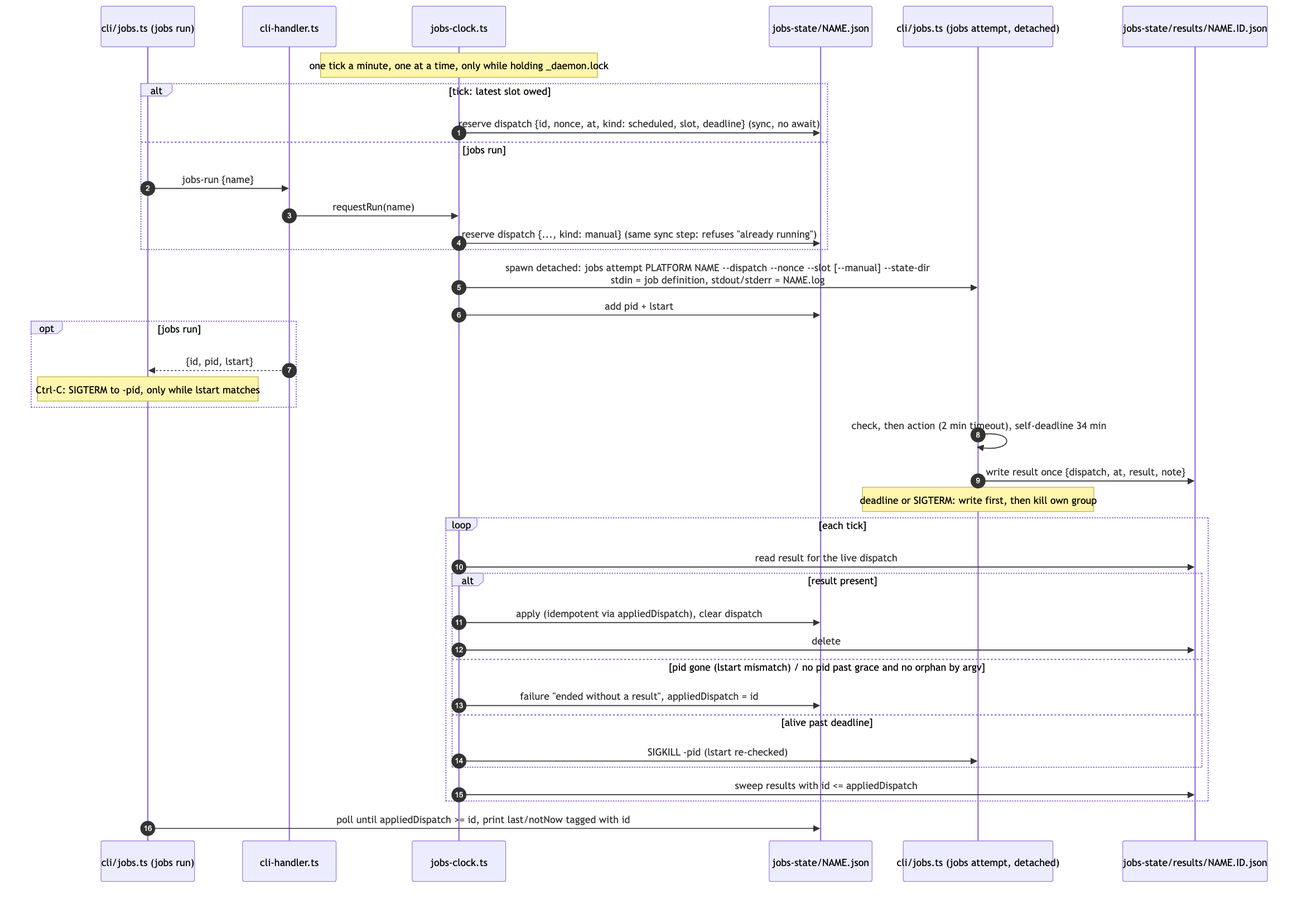
This is diagrams/flow-jobs-dispatch.png from sf8193/hydra, a Mermaid export, as it was before one commit. Its source is kept beside it as diagrams/flow-jobs-dispatch.mmd.
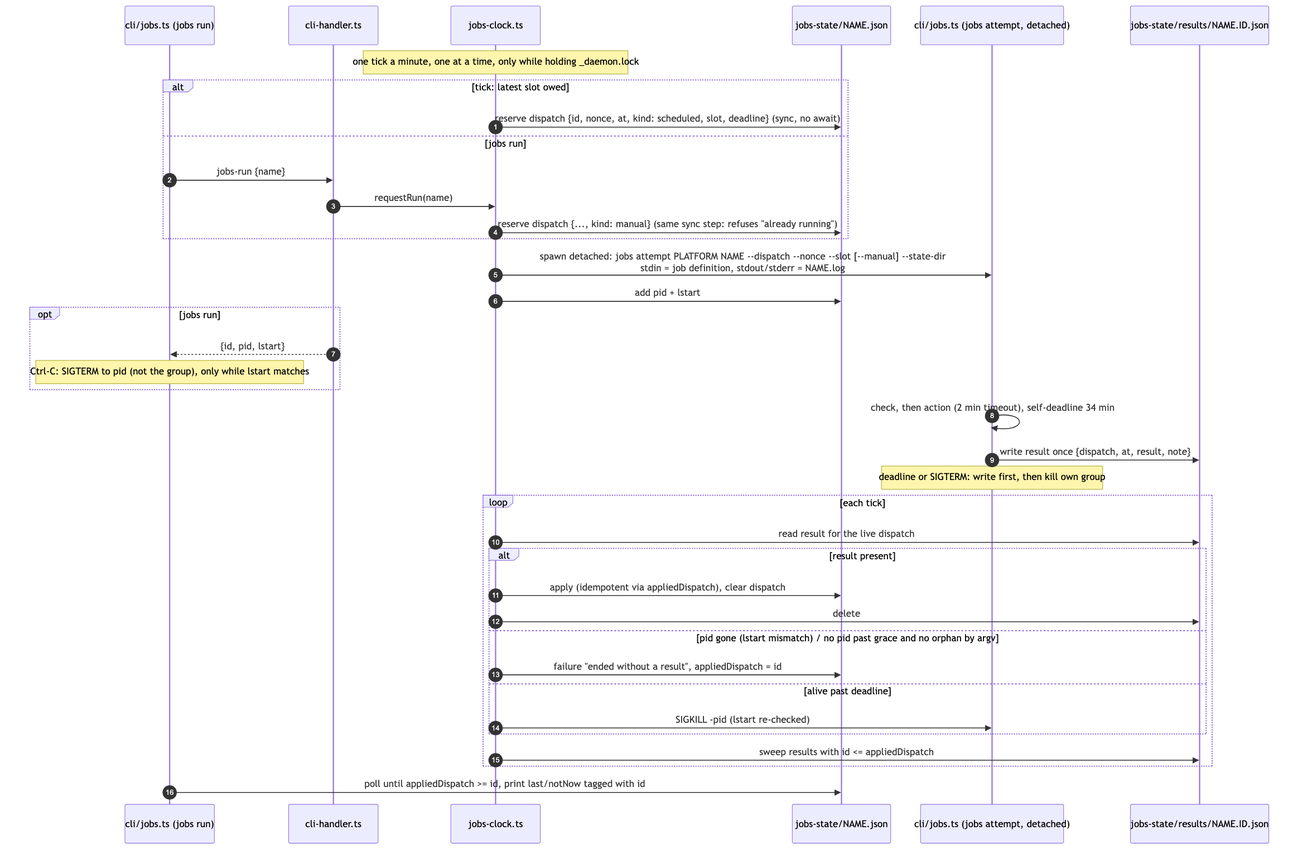
After the commit.

Commit message:
fix(jobs): review fixes for the daemon clock

Change to the diagram source:
```diff
@@ -19,7 +19,7 @@
     C->>S: add pid + lstart
     opt jobs run
         H-->>CLI: {id, pid, lstart}
-        Note over CLI: Ctrl-C: SIGTERM to -pid, only while lstart matches
+        Note over CLI: Ctrl-C: SIGTERM to pid (not the group), only while lstart matches
     end
     A->>A: check, then action (2 min timeout), self-deadline 34 min
     A->>R: write result once {dispatch, at, result, note}
```
